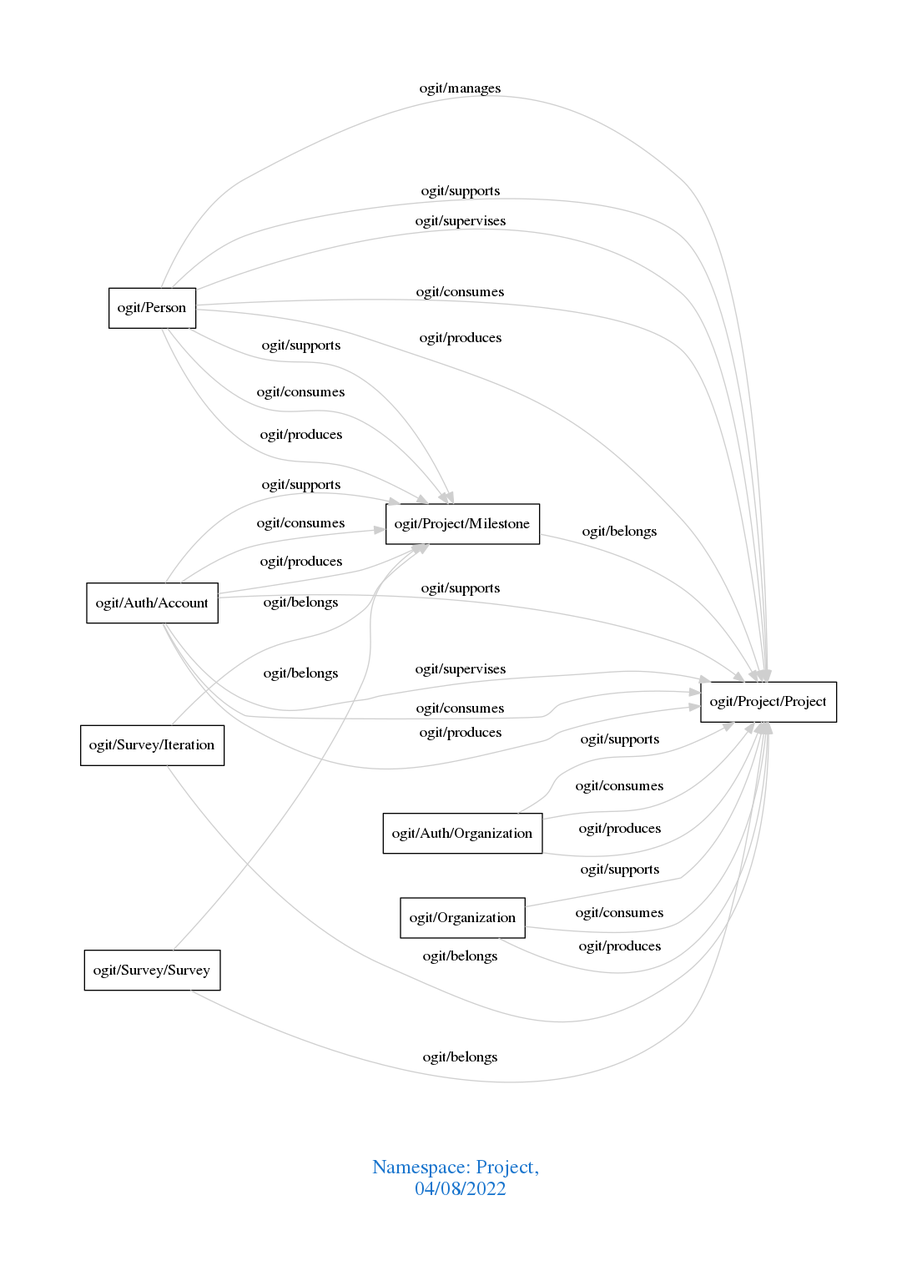
The Graphviz diagram downloads/Project.png in arago/OGIT, before a commit. Its source is kept beside it as downloads/Project.dot.
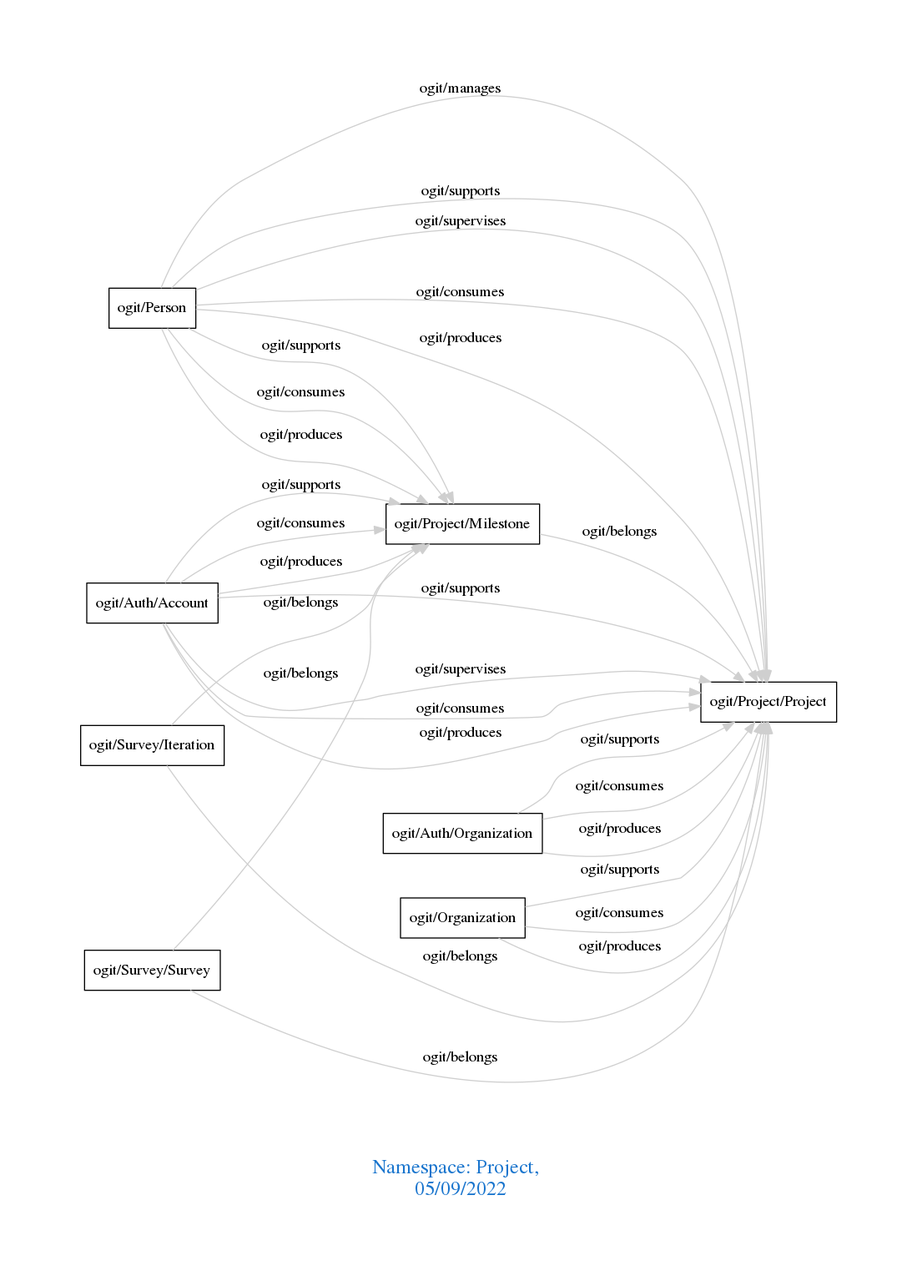
The same file after the commit.

What changed in the source:
```diff
@@ -1,7 +1,7 @@
 digraph OGIT_ontology {
  graph [ rankdir= LR,pad=1
 fontsize = 18,
-fontcolor= dodgerblue3,label = "\n\n\nNamespace: Project, \n 04/08/2022"];
+fontcolor= dodgerblue3,label = "\n\n\nNamespace: Project, \n 05/09/2022"];
 node[shape=polygon];
 edge [  color="gray81"];
 
```
